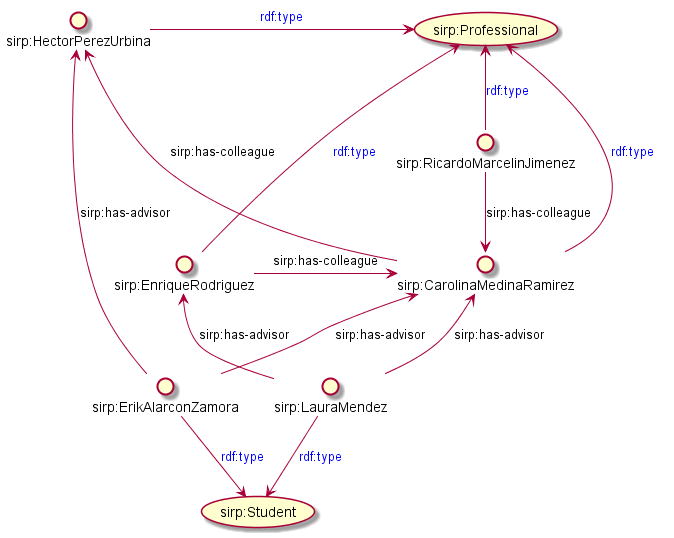
Before: Diagramas UML/exInfDyRPer.png, a diagram exported from PlantUML (eriknovic/mi-proyecto-erik).
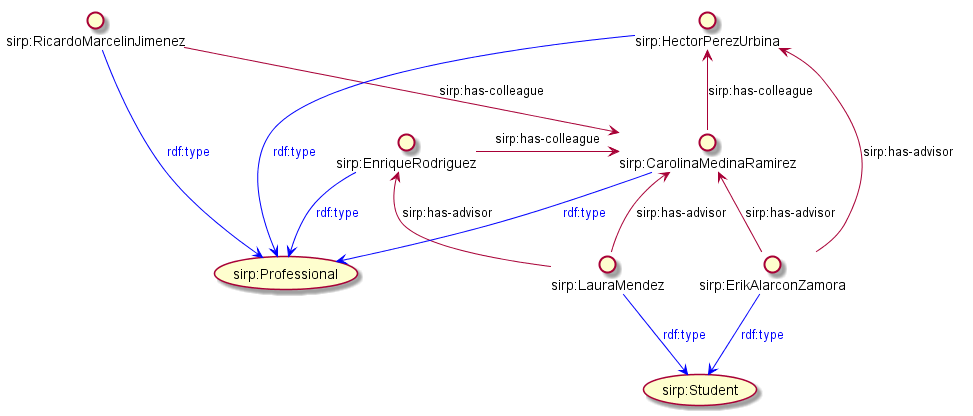
The same file after the commit.

What changed in the source:
```diff
@@ -15,12 +15,12 @@
 Enrique -> Carolina : sirp:has-colleague
 Carolina -up-> Hector : sirp:has-colleague
 
-Ricardo -up-> (sirp:Professional) : <color #0000FF>rdf:type</color>
-Enrique -up-> (sirp:Professional) : <color #0000FF>rdf:type</color>
-Carolina -up-> (sirp:Professional) : <color #0000FF>rdf:type</color>
-Hector -> (sirp:Professional) : <color #0000FF>rdf:type</color>
+Ricardo -[#Blue]-> (sirp:Professional) : <color #Blue>rdf:type</color>
+Enrique -[#Blue]-> (sirp:Professional) : <color #Blue>rdf:type</color>
+Carolina -[#Blue]-> (sirp:Professional) : <color #Blue>rdf:type</color>
+Hector -[#Blue]-> (sirp:Professional) : <color #Blue>rdf:type</color>
 
-Laura -down-> (sirp:Student) : <color #0000FF>rdf:type</color>
-Erik -down-> (sirp:Student) : <color #0000FF>rdf:type</color>
+Laura -[#Blue]-> (sirp:Student) : <color #Blue>rdf:type</color>
+Erik -[#Blue]-> (sirp:Student) :<color #Blue>rdf:type</color>
 
 @enduml
```
